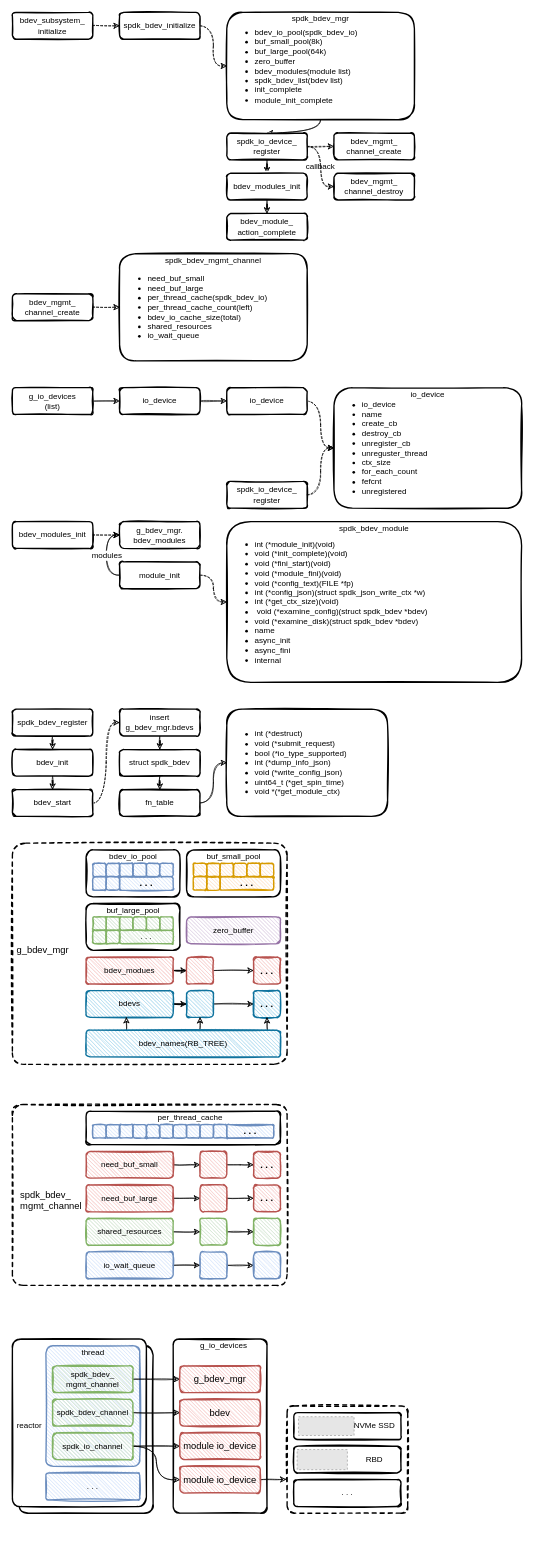
Above: page "spdk_bdev" (1 of 5) of spdk/spdk_bdev.drawio in EarthWind/deeparch (draw.io), before the change. Source tidied: cells renumbered, new cells numbered last; positions are measured from the earlier drawing's top-left corner, leaving out a move shared by most shapes. Both pictures are drawn from the tidied source at 67%, with x=0, y=0 at pixel (12, 12). Pictures stored in the file or linked from it are replaced by grey dashed boxes.
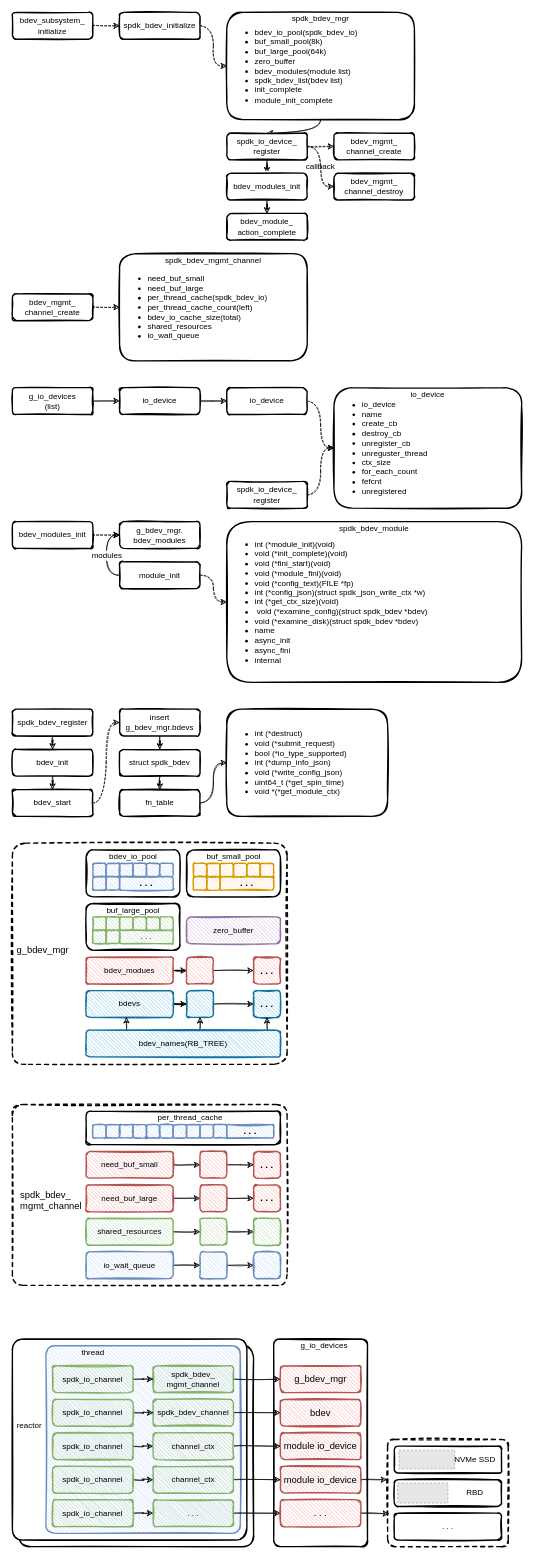
The same page after the edit.

Unchanged cells that the change refers to:
```xml
<mxCell id="158" value="spdk_io_channel" style="rounded=1;whiteSpace=wrap;html=1;strokeWidth=2;fillWeight=1;hachureGap=4;hachureAngle=45;sketch=1;shadow=0;fontSize=12;fillColor=#d5e8d4;strokeColor=#82b366;" parent="1" vertex="1">
  <mxGeometry x="60" y="2120" width="120" height="40" as="geometry" />
</mxCell>
```

What changed in the source:
```diff
@@
     <mxCell id="2" style="rounded=1;whiteSpace=wrap;html=1;strokeWidth=2;fillWeight=1;hachureGap=4;hachureAngle=45;sketch=1;shadow=0;fontSize=12;dashed=1;arcSize=7;" parent="1" vertex="1">
-      <mxGeometry x="410" y="2080" width="180" height="160" as="geometry" />
+      <mxGeometry x="560" y="2130" width="180" height="160" as="geometry" />
     </mxCell>
-    <mxCell id="3" style="rounded=1;whiteSpace=wrap;html=1;strokeWidth=2;fillWeight=1;hachureGap=4;hachureAngle=45;sketch=1;shadow=0;fontSize=12;arcSize=7;" parent="1" vertex="1">
-      <mxGeometry x="10" y="1990" width="200" height="250" as="geometry" />
+    <mxCell id="3" style="rounded=1;whiteSpace=wrap;html=1;strokeWidth=2;fillWeight=1;hachureGap=4;hachureAngle=45;sketch=1;shadow=0;fontSize=12;arcSize=6;" parent="1" vertex="1">
+      <mxGeometry x="10" y="1990" width="350" height="300" as="geometry" />
     </mxCell>
     <mxCell id="4" style="rounded=1;whiteSpace=wrap;html=1;strokeWidth=2;fillWeight=1;hachureGap=4;hachureAngle=45;sketch=1;shadow=0;fontSize=12;arcSize=7;" parent="1" vertex="1">
-      <mxGeometry x="240" y="1980" width="140" height="260" as="geometry" />
+      <mxGeometry x="390" y="1980" width="140" height="310" as="geometry" />
     </mxCell>
-    <mxCell id="5" style="rounded=1;whiteSpace=wrap;html=1;strokeWidth=2;fillWeight=1;hachureGap=4;hachureAngle=45;sketch=1;shadow=0;fontSize=12;arcSize=7;" parent="1" vertex="1">
-      <mxGeometry y="1980" width="200" height="250" as="geometry" />
+    <mxCell id="5" style="rounded=1;whiteSpace=wrap;html=1;strokeWidth=2;fillWeight=1;hachureGap=4;hachureAngle=45;sketch=1;shadow=0;fontSize=12;arcSize=6;" parent="1" vertex="1">
+      <mxGeometry y="1980" width="350" height="300" as="geometry" />
     </mxCell>
@@
-    <mxCell id="149" style="rounded=1;whiteSpace=wrap;html=1;strokeWidth=2;fillWeight=1;hachureGap=4;hachureAngle=45;sketch=1;shadow=0;fontSize=12;fillColor=#dae8fc;strokeColor=#6c8ebf;arcSize=8;" parent="1" vertex="1">
-      <mxGeometry x="50" y="1990" width="140" height="180" as="geometry" />
+    <mxCell id="149" style="rounded=1;whiteSpace=wrap;html=1;strokeWidth=2;fillWeight=1;hachureGap=4;hachureAngle=45;sketch=1;shadow=0;fontSize=12;fillColor=#dae8fc;strokeColor=#6c8ebf;arcSize=5;" parent="1" vertex="1">
+      <mxGeometry x="50" y="1990" width="290" height="280" as="geometry" />
     </mxCell>
@@
-    <mxCell id="152" style="edgeStyle=orthogonalEdgeStyle;rounded=0;jettySize=auto;html=1;entryX=0;entryY=0.5;entryDx=0;entryDy=0;fontSize=12;sketch=1;" parent="1" edge="1" source="153" target="161">
+    <mxCell id="152" style="edgeStyle=orthogonalEdgeStyle;curved=1;rounded=0;sketch=1;jettySize=auto;html=1;entryX=0;entryY=0.5;entryDx=0;entryDy=0;fontSize=12;" parent="1" edge="1" source="153" target="161">
       <mxGeometry relative="1" as="geometry" />
     </mxCell>
     <mxCell id="153" value="spdk_bdev_&lt;br&gt;mgmt_channel" style="rounded=1;whiteSpace=wrap;html=1;strokeWidth=2;fillWeight=1;hachureGap=4;hachureAngle=45;sketch=1;shadow=0;fontSize=12;fillColor=#d5e8d4;strokeColor=#82b366;" parent="1" vertex="1">
-      <mxGeometry x="60" y="2020" width="120" height="40" as="geometry" />
+      <mxGeometry x="210" y="2020" width="120" height="40" as="geometry" />
     </mxCell>
-    <mxCell id="154" style="edgeStyle=orthogonalEdgeStyle;rounded=0;sketch=1;jettySize=auto;html=1;entryX=0;entryY=0.5;entryDx=0;entryDy=0;fontSize=12;" parent="1" edge="1" source="155" target="162">
+    <mxCell id="154" style="edgeStyle=orthogonalEdgeStyle;curved=1;rounded=0;sketch=1;jettySize=auto;html=1;entryX=0;entryY=0.5;entryDx=0;entryDy=0;fontSize=12;" parent="1" edge="1" source="155" target="162">
       <mxGeometry relative="1" as="geometry" />
     </mxCell>
     <mxCell id="155" value="spdk_bdev_channel" style="rounded=1;whiteSpace=wrap;html=1;strokeWidth=2;fillWeight=1;hachureGap=4;hachureAngle=45;sketch=1;shadow=0;fontSize=12;fillColor=#d5e8d4;strokeColor=#82b366;" parent="1" vertex="1">
-      <mxGeometry x="60" y="2070" width="120" height="40" as="geometry" />
+      <mxGeometry x="210" y="2070" width="120" height="40" as="geometry" />
     </mxCell>
-    <mxCell id="156" style="edgeStyle=orthogonalEdgeStyle;rounded=0;sketch=1;jettySize=auto;html=1;fontSize=12;" parent="1" edge="1" source="158" target="163">
-      <mxGeometry relative="1" as="geometry" />
-    </mxCell>
-    <mxCell id="157" style="edgeStyle=orthogonalEdgeStyle;rounded=0;sketch=1;jettySize=auto;html=1;entryX=0;entryY=0.5;entryDx=0;entryDy=0;fontSize=12;curved=1;" parent="1" edge="1" source="158" target="165">
-      <mxGeometry relative="1" as="geometry" />
-    </mxCell>
+    <mxCell id="173" style="edgeStyle=orthogonalEdgeStyle;curved=1;rounded=0;sketch=1;jettySize=auto;html=1;entryX=0;entryY=0.5;entryDx=0;entryDy=0;fontSize=12;" parent="1" edge="1" source="158" target="179">
+      <mxGeometry relative="1" as="geometry" />
+    </mxCell>
@@
-    <mxCell id="159" value=". . ." style="rounded=1;whiteSpace=wrap;html=1;strokeWidth=2;fillWeight=1;hachureGap=4;hachureAngle=45;sketch=1;shadow=0;fontSize=12;fillColor=#dae8fc;strokeColor=#6c8ebf;arcSize=8;" parent="1" vertex="1">
-      <mxGeometry x="50" y="2180" width="140" height="40" as="geometry" />
-    </mxCell>
     <mxCell id="160" value="g_io_devices" style="text;html=1;align=center;verticalAlign=middle;strokeColor=none;fillColor=none;fontSize=12;" parent="1" vertex="1">
-      <mxGeometry x="270" y="1980" width="90" height="20" as="geometry" />
+      <mxGeometry x="420" y="1980" width="90" height="20" as="geometry" />
     </mxCell>
     <mxCell id="161" value="&lt;span style=&quot;font-size: 14px&quot;&gt;g_bdev_mgr&lt;/span&gt;" style="rounded=1;whiteSpace=wrap;html=1;strokeWidth=2;fillWeight=1;hachureGap=4;hachureAngle=45;sketch=1;shadow=0;fontSize=12;fillColor=#f8cecc;strokeColor=#b85450;" parent="1" vertex="1">
-      <mxGeometry x="250" y="2020" width="120" height="40" as="geometry" />
+      <mxGeometry x="400" y="2020" width="120" height="40" as="geometry" />
     </mxCell>
     <mxCell id="162" value="&lt;span style=&quot;font-size: 14px&quot;&gt;bdev&lt;/span&gt;" style="rounded=1;whiteSpace=wrap;html=1;strokeWidth=2;fillWeight=1;hachureGap=4;hachureAngle=45;sketch=1;shadow=0;fontSize=12;fillColor=#f8cecc;strokeColor=#b85450;" parent="1" vertex="1">
-      <mxGeometry x="250" y="2070" width="120" height="40" as="geometry" />
+      <mxGeometry x="400" y="2070" width="120" height="40" as="geometry" />
     </mxCell>
     <mxCell id="163" value="&lt;span style=&quot;font-size: 14px&quot;&gt;module io_device&lt;/span&gt;" style="rounded=1;whiteSpace=wrap;html=1;strokeWidth=2;fillWeight=1;hachureGap=4;hachureAngle=45;sketch=1;shadow=0;fontSize=12;fillColor=#f8cecc;strokeColor=#b85450;" parent="1" vertex="1">
-      <mxGeometry x="250" y="2120" width="120" height="40" as="geometry" />
+      <mxGeometry x="400" y="2120" width="120" height="40" as="geometry" />
     </mxCell>
-    <mxCell id="164" style="edgeStyle=orthogonalEdgeStyle;curved=1;rounded=0;sketch=1;jettySize=auto;html=1;entryX=-0.007;entryY=0.684;entryDx=0;entryDy=0;entryPerimeter=0;fontSize=12;" parent="1" edge="1" source="165" target="2">
+    <mxCell id="164" style="edgeStyle=orthogonalEdgeStyle;curved=1;rounded=0;sketch=1;jettySize=auto;html=1;entryX=-0.006;entryY=0.374;entryDx=0;entryDy=0;entryPerimeter=0;fontSize=12;" parent="1" edge="1" source="165" target="2">
       <mxGeometry relative="1" as="geometry" />
     </mxCell>
     <mxCell id="165" value="&lt;span style=&quot;font-size: 14px&quot;&gt;module io_device&lt;/span&gt;" style="rounded=1;whiteSpace=wrap;html=1;strokeWidth=2;fillWeight=1;hachureGap=4;hachureAngle=45;sketch=1;shadow=0;fontSize=12;fillColor=#f8cecc;strokeColor=#b85450;" parent="1" vertex="1">
-      <mxGeometry x="250" y="2170" width="120" height="40" as="geometry" />
+      <mxGeometry x="400" y="2170" width="120" height="40" as="geometry" />
     </mxCell>
     <mxCell id="166" style="rounded=1;whiteSpace=wrap;html=1;strokeWidth=2;fillWeight=1;hachureGap=4;hachureAngle=45;sketch=1;shadow=0;fontSize=12;" parent="1" vertex="1">
-      <mxGeometry x="420" y="2090" width="160" height="40" as="geometry" />
+      <mxGeometry x="570" y="2140" width="160" height="40" as="geometry" />
     </mxCell>
     <mxCell id="167" style="rounded=1;whiteSpace=wrap;html=1;strokeWidth=2;fillWeight=1;hachureGap=4;hachureAngle=45;sketch=1;shadow=0;fontSize=12;" parent="1" vertex="1">
-      <mxGeometry x="420" y="2140" width="160" height="40" as="geometry" />
+      <mxGeometry x="570" y="2190" width="160" height="40" as="geometry" />
     </mxCell>
     <mxCell id="168" value=". . ." style="rounded=1;whiteSpace=wrap;html=1;strokeWidth=2;fillWeight=1;hachureGap=4;hachureAngle=45;sketch=1;shadow=0;fontSize=12;" parent="1" vertex="1">
-      <mxGeometry x="420" y="2190" width="160" height="40" as="geometry" />
+      <mxGeometry x="570" y="2240" width="160" height="40" as="geometry" />
     </mxCell>
     <mxCell id="169" style="fillColor=#E6E6E6;strokeColor=#999999;dashed=1;verticalLabelPosition=bottom;labelBackgroundColor=#ffffff;verticalAlign=top;" parent="1" vertex="1">
-      <mxGeometry x="427" y="2096" width="83" height="28" as="geometry" />
+      <mxGeometry x="577" y="2146" width="83" height="28" as="geometry" />
     </mxCell>
     <mxCell id="170" value="NVMe SSD" style="text;html=1;align=center;verticalAlign=middle;strokeColor=none;fillColor=none;fontSize=12;" parent="1" vertex="1">
-      <mxGeometry x="500" y="2100" width="80" height="20" as="geometry" />
+      <mxGeometry x="650" y="2150" width="80" height="20" as="geometry" />
     </mxCell>
     <mxCell id="171" style="fillColor=#E6E6E6;strokeColor=#999999;dashed=1;verticalLabelPosition=bottom;labelBackgroundColor=#ffffff;verticalAlign=top;" parent="1" vertex="1">
-      <mxGeometry x="425" y="2145" width="75" height="30" as="geometry" />
+      <mxGeometry x="575" y="2195" width="75" height="30" as="geometry" />
     </mxCell>
     <mxCell id="172" value="RBD" style="text;html=1;align=center;verticalAlign=middle;strokeColor=none;fillColor=none;fontSize=12;" parent="1" vertex="1">
-      <mxGeometry x="520" y="2150" width="40" height="20" as="geometry" />
+      <mxGeometry x="670" y="2200" width="40" height="20" as="geometry" />
     </mxCell>
+    <mxCell id="174" style="edgeStyle=orthogonalEdgeStyle;curved=1;rounded=0;sketch=1;jettySize=auto;html=1;entryX=0;entryY=0.5;entryDx=0;entryDy=0;fontSize=12;" parent="1" edge="1" source="175" target="155">
+      <mxGeometry relative="1" as="geometry" />
+    </mxCell>
+    <mxCell id="175" value="spdk_io_channel" style="rounded=1;whiteSpace=wrap;html=1;strokeWidth=2;fillWeight=1;hachureGap=4;hachureAngle=45;sketch=1;shadow=0;fontSize=12;fillColor=#d5e8d4;strokeColor=#82b366;" parent="1" vertex="1">
+      <mxGeometry x="60" y="2070" width="120" height="40" as="geometry" />
+    </mxCell>
+    <mxCell id="176" style="edgeStyle=orthogonalEdgeStyle;curved=1;rounded=0;sketch=1;jettySize=auto;html=1;entryX=0;entryY=0.5;entryDx=0;entryDy=0;fontSize=12;" parent="1" edge="1" source="177" target="153">
+      <mxGeometry relative="1" as="geometry" />
+    </mxCell>
+    <mxCell id="177" value="spdk_io_channel" style="rounded=1;whiteSpace=wrap;html=1;strokeWidth=2;fillWeight=1;hachureGap=4;hachureAngle=45;sketch=1;shadow=0;fontSize=12;fillColor=#d5e8d4;strokeColor=#82b366;" parent="1" vertex="1">
+      <mxGeometry x="60" y="2020" width="120" height="40" as="geometry" />
+    </mxCell>
+    <mxCell id="178" style="edgeStyle=orthogonalEdgeStyle;curved=1;rounded=0;sketch=1;jettySize=auto;html=1;entryX=0;entryY=0.5;entryDx=0;entryDy=0;fontSize=12;" parent="1" edge="1" source="179" target="163">
+      <mxGeometry relative="1" as="geometry" />
+    </mxCell>
+    <mxCell id="179" value="channel_ctx" style="rounded=1;whiteSpace=wrap;html=1;strokeWidth=2;fillWeight=1;hachureGap=4;hachureAngle=45;sketch=1;shadow=0;fontSize=12;fillColor=#d5e8d4;strokeColor=#82b366;" parent="1" vertex="1">
+      <mxGeometry x="210" y="2120" width="120" height="40" as="geometry" />
+    </mxCell>
+    <mxCell id="180" style="edgeStyle=orthogonalEdgeStyle;curved=1;rounded=0;sketch=1;jettySize=auto;html=1;entryX=0;entryY=0.5;entryDx=0;entryDy=0;fontSize=12;" parent="1" edge="1" source="181" target="183">
+      <mxGeometry relative="1" as="geometry" />
+    </mxCell>
+    <mxCell id="181" value="spdk_io_channel" style="rounded=1;whiteSpace=wrap;html=1;strokeWidth=2;fillWeight=1;hachureGap=4;hachureAngle=45;sketch=1;shadow=0;fontSize=12;fillColor=#d5e8d4;strokeColor=#82b366;" parent="1" vertex="1">
+      <mxGeometry x="60" y="2170" width="120" height="40" as="geometry" />
+    </mxCell>
+    <mxCell id="182" style="edgeStyle=orthogonalEdgeStyle;curved=1;rounded=0;sketch=1;jettySize=auto;html=1;entryX=0;entryY=0.5;entryDx=0;entryDy=0;fontSize=12;" parent="1" edge="1" source="183" target="165">
+      <mxGeometry relative="1" as="geometry" />
+    </mxCell>
+    <mxCell id="183" value="channel_ctx" style="rounded=1;whiteSpace=wrap;html=1;strokeWidth=2;fillWeight=1;hachureGap=4;hachureAngle=45;sketch=1;shadow=0;fontSize=12;fillColor=#d5e8d4;strokeColor=#82b366;" parent="1" vertex="1">
+      <mxGeometry x="210" y="2170" width="120" height="40" as="geometry" />
+    </mxCell>
+    <mxCell id="184" style="edgeStyle=orthogonalEdgeStyle;curved=1;rounded=0;sketch=1;jettySize=auto;html=1;entryX=0;entryY=0.5;entryDx=0;entryDy=0;fontSize=12;" parent="1" edge="1" source="185" target="187">
+      <mxGeometry relative="1" as="geometry" />
+    </mxCell>
+    <mxCell id="185" value="spdk_io_channel" style="rounded=1;whiteSpace=wrap;html=1;strokeWidth=2;fillWeight=1;hachureGap=4;hachureAngle=45;sketch=1;shadow=0;fontSize=12;fillColor=#d5e8d4;strokeColor=#82b366;" parent="1" vertex="1">
+      <mxGeometry x="60" y="2220" width="120" height="40" as="geometry" />
+    </mxCell>
+    <mxCell id="186" style="edgeStyle=orthogonalEdgeStyle;curved=1;rounded=0;sketch=1;jettySize=auto;html=1;entryX=0;entryY=0.5;entryDx=0;entryDy=0;fontSize=12;" parent="1" edge="1" source="187" target="189">
+      <mxGeometry relative="1" as="geometry" />
+    </mxCell>
+    <mxCell id="187" value=". . ." style="rounded=1;whiteSpace=wrap;html=1;strokeWidth=2;fillWeight=1;hachureGap=4;hachureAngle=45;sketch=1;shadow=0;fontSize=12;fillColor=#d5e8d4;strokeColor=#82b366;" parent="1" vertex="1">
+      <mxGeometry x="210" y="2220" width="120" height="40" as="geometry" />
+    </mxCell>
+    <mxCell id="188" style="edgeStyle=orthogonalEdgeStyle;curved=1;rounded=0;sketch=1;jettySize=auto;html=1;entryX=0.01;entryY=0.693;entryDx=0;entryDy=0;entryPerimeter=0;fontSize=12;" parent="1" edge="1" source="189" target="2">
+      <mxGeometry relative="1" as="geometry" />
+    </mxCell>
+    <mxCell id="189" value="&lt;span style=&quot;font-size: 14px&quot;&gt;. . .&lt;/span&gt;" style="rounded=1;whiteSpace=wrap;html=1;strokeWidth=2;fillWeight=1;hachureGap=4;hachureAngle=45;sketch=1;shadow=0;fontSize=12;fillColor=#f8cecc;strokeColor=#b85450;" parent="1" vertex="1">
+      <mxGeometry x="400" y="2220" width="120" height="40" as="geometry" />
+    </mxCell>
```
